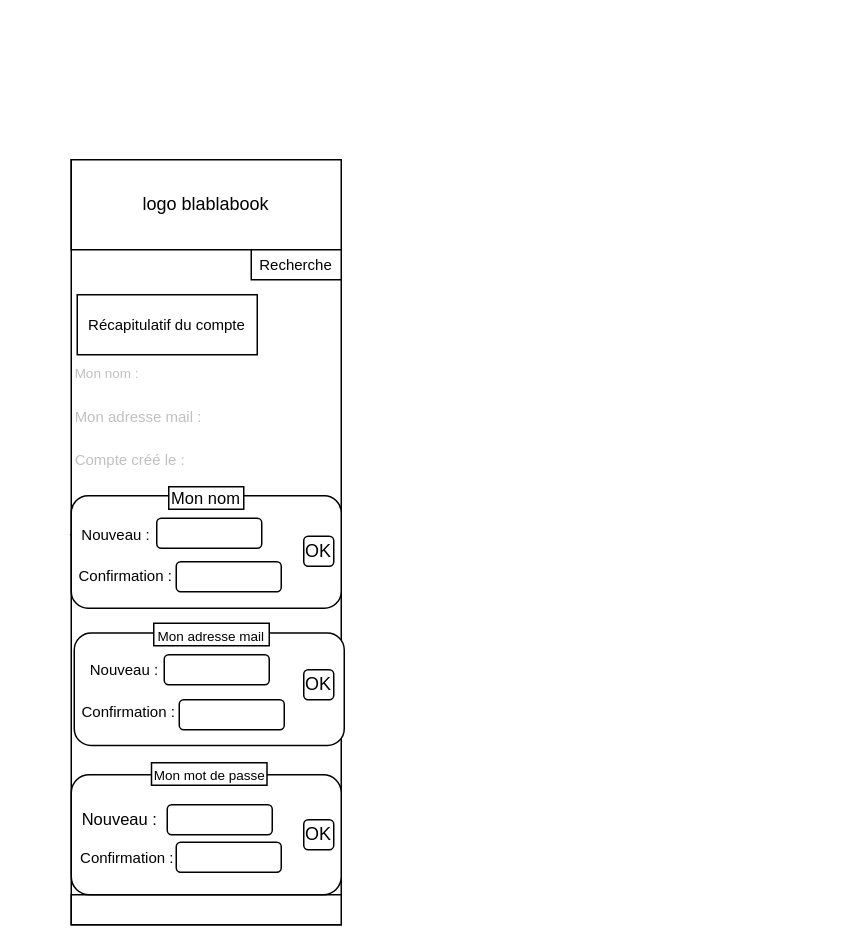
Earlier version of the draw.io diagram page "mobile" (2 of 2) of Cahier des charges/wireframe/profil.drawio (HarukaIZUMI18/Blablabook-Haruka). Source tidied: cells renumbered, new cells numbered last; positions are measured from the earlier drawing's top-left corner, leaving out a move shared by most shapes. Both pictures are drawn from the tidied source at 150%, with x=0, y=0 at pixel (26, 159). Pictures stored in the file or linked from it are replaced by grey dashed boxes.
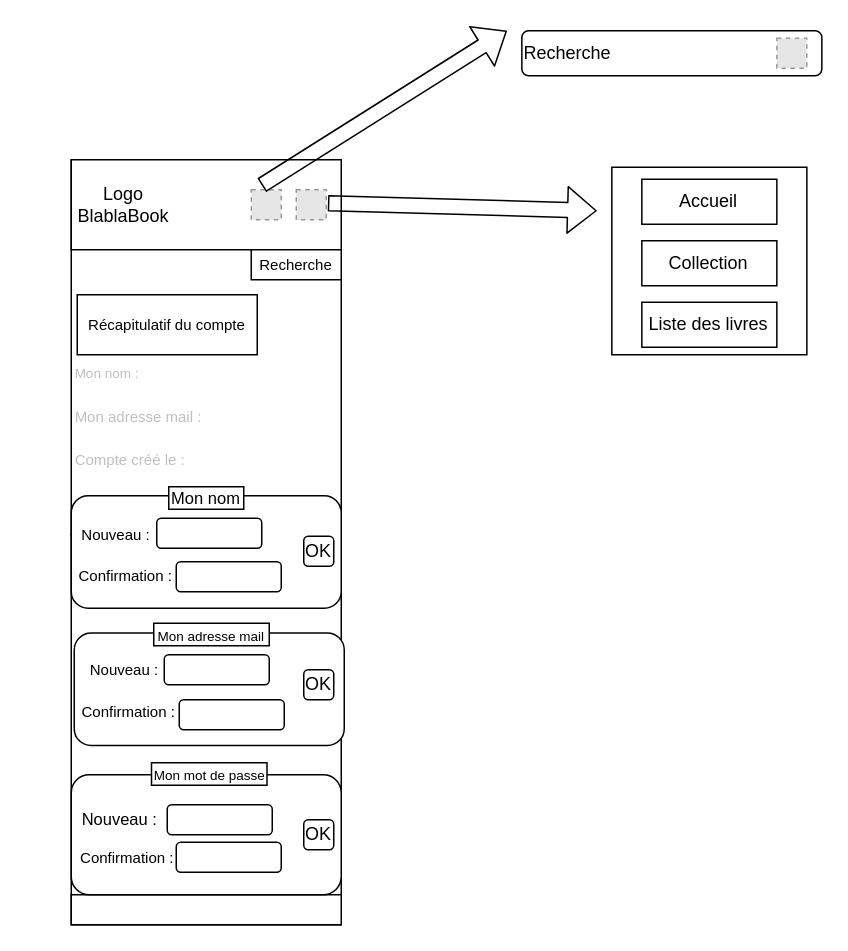
Above is the later version.

Commit message (it also covers changes not shown here):
Ajout du header sur version mobile du profile

Diff of the diagram source:
```diff
@@
-    <mxCell id="4" value="logo blablabook" style="rounded=0;whiteSpace=wrap;html=1;" parent="1" vertex="1">
+    <mxCell id="4" style="rounded=0;whiteSpace=wrap;html=1;" parent="1" vertex="1">
       <mxGeometry x="30" width="180" height="60" as="geometry" />
     </mxCell>
@@
+    <mxCell id="28" value="Logo BlablaBook" style="text;html=1;align=center;verticalAlign=middle;whiteSpace=wrap;rounded=0;" parent="1" vertex="1">
+      <mxGeometry x="35" y="5" width="60" height="50" as="geometry" />
+    </mxCell>
+    <mxCell id="29" style="fillColor=#E6E6E6;strokeColor=#999999;dashed=1;verticalLabelPosition=bottom;verticalAlign=top;" parent="1" vertex="1">
+      <mxGeometry x="150" y="20" width="20" height="20" as="geometry" />
+    </mxCell>
+    <mxCell id="30" style="fillColor=#E6E6E6;strokeColor=#999999;dashed=1;verticalLabelPosition=bottom;verticalAlign=top;" parent="1" vertex="1">
+      <mxGeometry x="180" y="20" width="20" height="20" as="geometry" />
+    </mxCell>
+    <mxCell id="31" style="shape=flexArrow;endArrow=classic;html=1;exitX=1;exitY=0.5;exitDx=0;exitDy=0;" parent="1" edge="1">
+      <mxGeometry relative="1" as="geometry">
+        <mxPoint x="201.1" y="29" as="sourcePoint" />
+        <mxPoint x="380.4" y="34" as="targetPoint" />
+      </mxGeometry>
+    </mxCell>
+    <mxCell id="32" style="shape=flexArrow;endArrow=classic;html=1;exitX=0.5;exitY=0;exitDx=0;exitDy=0;" parent="1" edge="1">
+      <mxGeometry relative="1" as="geometry">
+        <mxPoint x="157" y="17" as="sourcePoint" />
+        <mxPoint x="320.4" y="-86" as="targetPoint" />
+      </mxGeometry>
+    </mxCell>
+    <mxCell id="33" value="Recherche" style="rounded=1;whiteSpace=wrap;html=1;align=left;" parent="1" vertex="1">
+      <mxGeometry x="330.4" y="-86" width="200" height="30" as="geometry" />
+    </mxCell>
+    <mxCell id="34" style="fillColor=#E6E6E6;strokeColor=#999999;dashed=1;verticalLabelPosition=bottom;verticalAlign=top;" parent="1" vertex="1">
+      <mxGeometry x="500.4" y="-81" width="20" height="20" as="geometry" />
+    </mxCell>
+    <mxCell id="35" style="rounded=0;whiteSpace=wrap;html=1;" parent="1" vertex="1">
+      <mxGeometry x="390.4" y="5" width="130" height="125" as="geometry" />
+    </mxCell>
+    <mxCell id="36" value="Collection" style="rounded=0;whiteSpace=wrap;html=1;" parent="1" vertex="1">
+      <mxGeometry x="410.4" y="54" width="90" height="30" as="geometry" />
+    </mxCell>
+    <mxCell id="37" value="Accueil" style="rounded=0;whiteSpace=wrap;html=1;fillColor=none;" parent="1" vertex="1">
+      <mxGeometry x="410.4" y="13" width="90" height="30" as="geometry" />
+    </mxCell>
+    <mxCell id="38" value="Liste des livres" style="rounded=0;whiteSpace=wrap;html=1;" parent="1" vertex="1">
+      <mxGeometry x="410.4" y="95" width="90" height="30" as="geometry" />
+    </mxCell>
```
